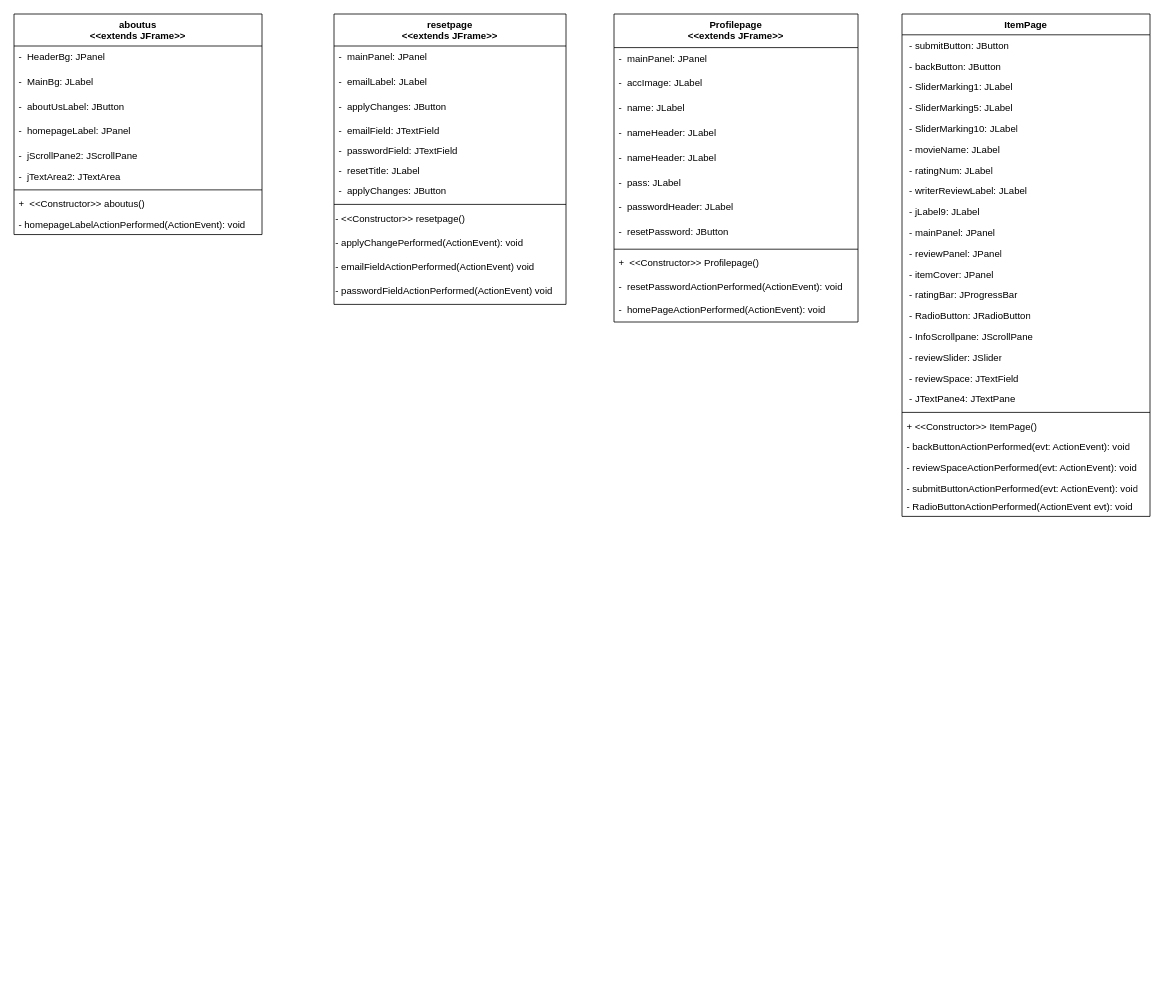
LordDdanielHan/test keeps this draw.io diagram as MarshaDiagram.drawio. Above is the earlier version. Source tidied: cells renumbered, new cells numbered last; positions are measured from the earlier drawing's top-left corner, leaving out a move shared by most shapes. Both pictures are drawn from the tidied source at 80%, with x=0, y=0 at pixel (14, 14).
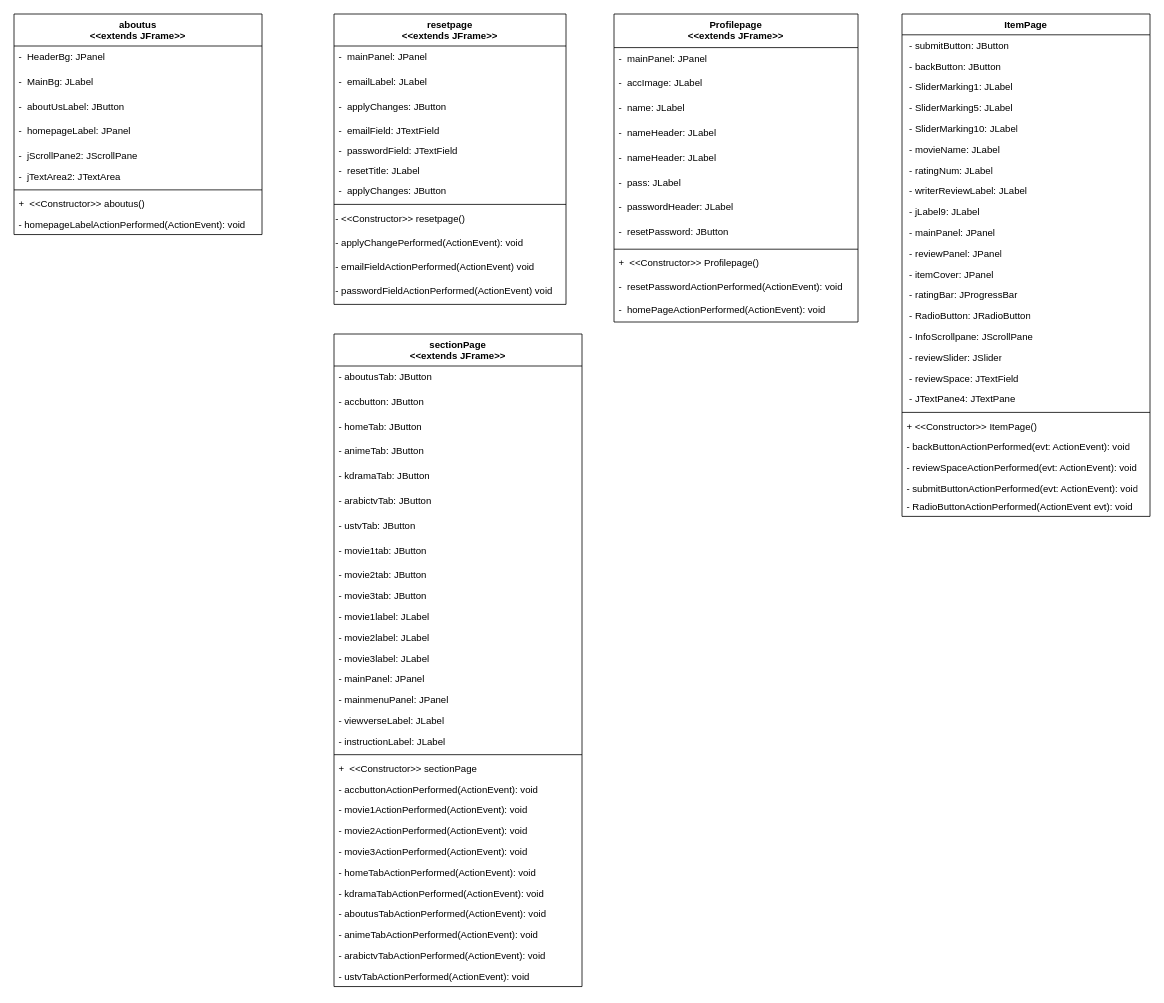
The same diagram, later.

Change to the diagram source:
```diff
@@
+    <mxCell id="63" value="sectionPage&#10;&lt;&lt;extends JFrame&gt;&gt;&#10;" style="swimlane;fontStyle=1;align=center;verticalAlign=top;horizontal=1;startSize=40;" parent="1" vertex="1">
+      <mxGeometry x="400" y="400" width="310" height="815.7" as="geometry" />
+    </mxCell>
+    <mxCell id="64" value="- aboutusTab: JButton" style="text;strokeColor=none;fillColor=none;align=left;verticalAlign=top;spacingLeft=4;spacingRight=4;overflow=hidden;" parent="63" vertex="1">
+      <mxGeometry y="40" width="310" height="31" as="geometry" />
+    </mxCell>
+    <mxCell id="65" value="- accbutton: JButton" style="text;strokeColor=none;fillColor=none;align=left;verticalAlign=top;spacingLeft=4;spacingRight=4;overflow=hidden;" parent="63" vertex="1">
+      <mxGeometry y="71" width="310" height="31" as="geometry" />
+    </mxCell>
+    <mxCell id="66" value="- homeTab: JButton" style="text;strokeColor=none;fillColor=none;align=left;verticalAlign=top;spacingLeft=4;spacingRight=4;overflow=hidden;" parent="63" vertex="1">
+      <mxGeometry y="102" width="310" height="31" as="geometry" />
+    </mxCell>
+    <mxCell id="67" value="- animeTab: JButton" style="text;strokeColor=none;fillColor=none;align=left;verticalAlign=top;spacingLeft=4;spacingRight=4;overflow=hidden;" parent="63" vertex="1">
+      <mxGeometry y="133" width="310" height="31" as="geometry" />
+    </mxCell>
+    <mxCell id="68" value="- kdramaTab: JButton" style="text;strokeColor=none;fillColor=none;align=left;verticalAlign=top;spacingLeft=4;spacingRight=4;overflow=hidden;" parent="63" vertex="1">
+      <mxGeometry y="164" width="310" height="31" as="geometry" />
+    </mxCell>
+    <mxCell id="69" value="- arabictvTab: JButton" style="text;strokeColor=none;fillColor=none;align=left;verticalAlign=top;spacingLeft=4;spacingRight=4;overflow=hidden;" parent="63" vertex="1">
+      <mxGeometry y="195" width="310" height="31" as="geometry" />
+    </mxCell>
+    <mxCell id="70" value="- ustvTab: JButton" style="text;strokeColor=none;fillColor=none;align=left;verticalAlign=top;spacingLeft=4;spacingRight=4;overflow=hidden;" parent="63" vertex="1">
+      <mxGeometry y="226" width="310" height="31" as="geometry" />
+    </mxCell>
+    <mxCell id="71" value="- movie1tab: JButton" style="text;strokeColor=none;fillColor=none;align=left;verticalAlign=top;spacingLeft=4;spacingRight=4;overflow=hidden;" parent="63" vertex="1">
+      <mxGeometry y="257" width="310" height="31" as="geometry" />
+    </mxCell>
+    <mxCell id="72" value="- movie2tab: JButton" style="text;strokeColor=none;fillColor=none;align=left;verticalAlign=top;spacingLeft=4;spacingRight=4;overflow=hidden;" parent="63" vertex="1">
+      <mxGeometry y="288" width="310" height="26" as="geometry" />
+    </mxCell>
+    <mxCell id="73" value="- movie3tab: JButton" style="text;strokeColor=none;fillColor=none;align=left;verticalAlign=top;spacingLeft=4;spacingRight=4;overflow=hidden;" parent="63" vertex="1">
+      <mxGeometry y="314" width="310" height="26" as="geometry" />
+    </mxCell>
+    <mxCell id="74" value="- movie1label: JLabel" style="text;strokeColor=none;fillColor=none;align=left;verticalAlign=top;spacingLeft=4;spacingRight=4;overflow=hidden;" parent="63" vertex="1">
+      <mxGeometry y="340" width="310" height="26" as="geometry" />
+    </mxCell>
+    <mxCell id="75" value="- movie2label: JLabel" style="text;strokeColor=none;fillColor=none;align=left;verticalAlign=top;spacingLeft=4;spacingRight=4;overflow=hidden;" parent="63" vertex="1">
+      <mxGeometry y="366" width="310" height="26" as="geometry" />
+    </mxCell>
+    <mxCell id="76" value="- movie3label: JLabel" style="text;strokeColor=none;fillColor=none;align=left;verticalAlign=top;spacingLeft=4;spacingRight=4;overflow=hidden;" parent="63" vertex="1">
+      <mxGeometry y="392" width="310" height="26" as="geometry" />
+    </mxCell>
+    <mxCell id="77" value="- mainPanel: JPanel" style="text;strokeColor=none;fillColor=none;align=left;verticalAlign=top;spacingLeft=4;spacingRight=4;overflow=hidden;" parent="63" vertex="1">
+      <mxGeometry y="418" width="310" height="26" as="geometry" />
+    </mxCell>
+    <mxCell id="78" value="- mainmenuPanel: JPanel" style="text;strokeColor=none;fillColor=none;align=left;verticalAlign=top;spacingLeft=4;spacingRight=4;overflow=hidden;" parent="63" vertex="1">
+      <mxGeometry y="444" width="310" height="26" as="geometry" />
+    </mxCell>
+    <mxCell id="79" value="- viewverseLabel: JLabel" style="text;strokeColor=none;fillColor=none;align=left;verticalAlign=top;spacingLeft=4;spacingRight=4;overflow=hidden;" parent="63" vertex="1">
+      <mxGeometry y="470" width="310" height="26" as="geometry" />
+    </mxCell>
+    <mxCell id="80" value="- instructionLabel: JLabel" style="text;strokeColor=none;fillColor=none;align=left;verticalAlign=top;spacingLeft=4;spacingRight=4;overflow=hidden;" parent="63" vertex="1">
+      <mxGeometry y="496" width="310" height="26" as="geometry" />
+    </mxCell>
+    <mxCell id="81" style="line;strokeWidth=1;fillColor=none;align=left;verticalAlign=middle;spacingTop=-1;spacingLeft=3;spacingRight=3;labelPosition=right;strokeColor=inherit;" parent="63" vertex="1">
+      <mxGeometry y="522" width="310" height="7.7" as="geometry" />
+    </mxCell>
+    <mxCell id="82" value="+  &lt;&lt;Constructor&gt;&gt; sectionPage" style="text;strokeColor=none;fillColor=none;align=left;verticalAlign=top;spacingLeft=4;spacingRight=4;overflow=hidden;" parent="63" vertex="1">
+      <mxGeometry y="529.7" width="310" height="26" as="geometry" />
+    </mxCell>
+    <mxCell id="83" value="- accbuttonActionPerformed(ActionEvent): void" style="text;strokeColor=none;fillColor=none;align=left;verticalAlign=top;spacingLeft=4;spacingRight=4;overflow=hidden;" parent="63" vertex="1">
+      <mxGeometry y="555.7" width="310" height="26" as="geometry" />
+    </mxCell>
+    <mxCell id="84" value="- movie1ActionPerformed(ActionEvent): void" style="text;strokeColor=none;fillColor=none;align=left;verticalAlign=top;spacingLeft=4;spacingRight=4;overflow=hidden;" parent="63" vertex="1">
+      <mxGeometry y="581.7" width="310" height="26" as="geometry" />
+    </mxCell>
+    <mxCell id="85" value="- movie2ActionPerformed(ActionEvent): void" style="text;strokeColor=none;fillColor=none;align=left;verticalAlign=top;spacingLeft=4;spacingRight=4;overflow=hidden;" parent="63" vertex="1">
+      <mxGeometry y="607.7" width="310" height="26" as="geometry" />
+    </mxCell>
+    <mxCell id="86" value="- movie3ActionPerformed(ActionEvent): void" style="text;strokeColor=none;fillColor=none;align=left;verticalAlign=top;spacingLeft=4;spacingRight=4;overflow=hidden;" parent="63" vertex="1">
+      <mxGeometry y="633.7" width="310" height="26" as="geometry" />
+    </mxCell>
+    <mxCell id="87" value="- homeTabActionPerformed(ActionEvent): void" style="text;strokeColor=none;fillColor=none;align=left;verticalAlign=top;spacingLeft=4;spacingRight=4;overflow=hidden;" parent="63" vertex="1">
+      <mxGeometry y="659.7" width="310" height="26" as="geometry" />
+    </mxCell>
+    <mxCell id="88" value="- kdramaTabActionPerformed(ActionEvent): void" style="text;strokeColor=none;fillColor=none;align=left;verticalAlign=top;spacingLeft=4;spacingRight=4;overflow=hidden;" parent="63" vertex="1">
+      <mxGeometry y="685.7" width="310" height="26" as="geometry" />
+    </mxCell>
+    <mxCell id="89" value="- aboutusTabActionPerformed(ActionEvent): void" style="text;strokeColor=none;fillColor=none;align=left;verticalAlign=top;spacingLeft=4;spacingRight=4;overflow=hidden;" parent="63" vertex="1">
+      <mxGeometry y="711.7" width="310" height="26" as="geometry" />
+    </mxCell>
+    <mxCell id="90" value="- animeTabActionPerformed(ActionEvent): void" style="text;strokeColor=none;fillColor=none;align=left;verticalAlign=top;spacingLeft=4;spacingRight=4;overflow=hidden;" parent="63" vertex="1">
+      <mxGeometry y="737.7" width="310" height="26" as="geometry" />
+    </mxCell>
+    <mxCell id="91" value="- arabictvTabActionPerformed(ActionEvent): void" style="text;strokeColor=none;fillColor=none;align=left;verticalAlign=top;spacingLeft=4;spacingRight=4;overflow=hidden;" parent="63" vertex="1">
+      <mxGeometry y="763.7" width="310" height="26" as="geometry" />
+    </mxCell>
+    <mxCell id="92" value="- ustvTabActionPerformed(ActionEvent): void" style="text;strokeColor=none;fillColor=none;align=left;verticalAlign=top;spacingLeft=4;spacingRight=4;overflow=hidden;" parent="63" vertex="1">
+      <mxGeometry y="789.7" width="310" height="26" as="geometry" />
+    </mxCell>
```
